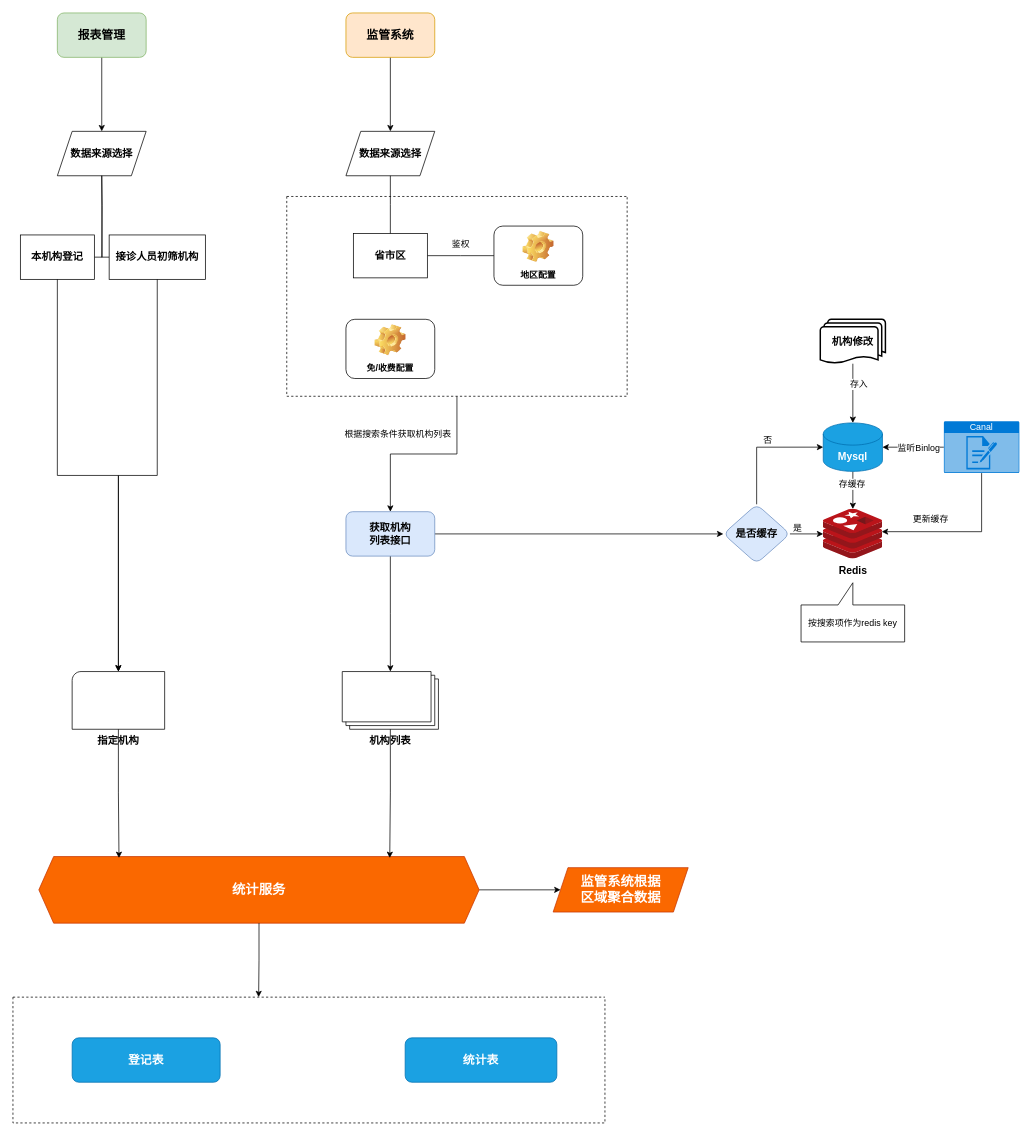
1226151667/draw keeps this draw.io diagram as statistic-upgrade.drawio. Above is the earlier version. Source tidied: cells renumbered, new cells numbered last; positions are measured from the earlier drawing's top-left corner, leaving out a move shared by most shapes. Both pictures are drawn from the tidied source at 74%, with x=0, y=0 at pixel (13, 13).
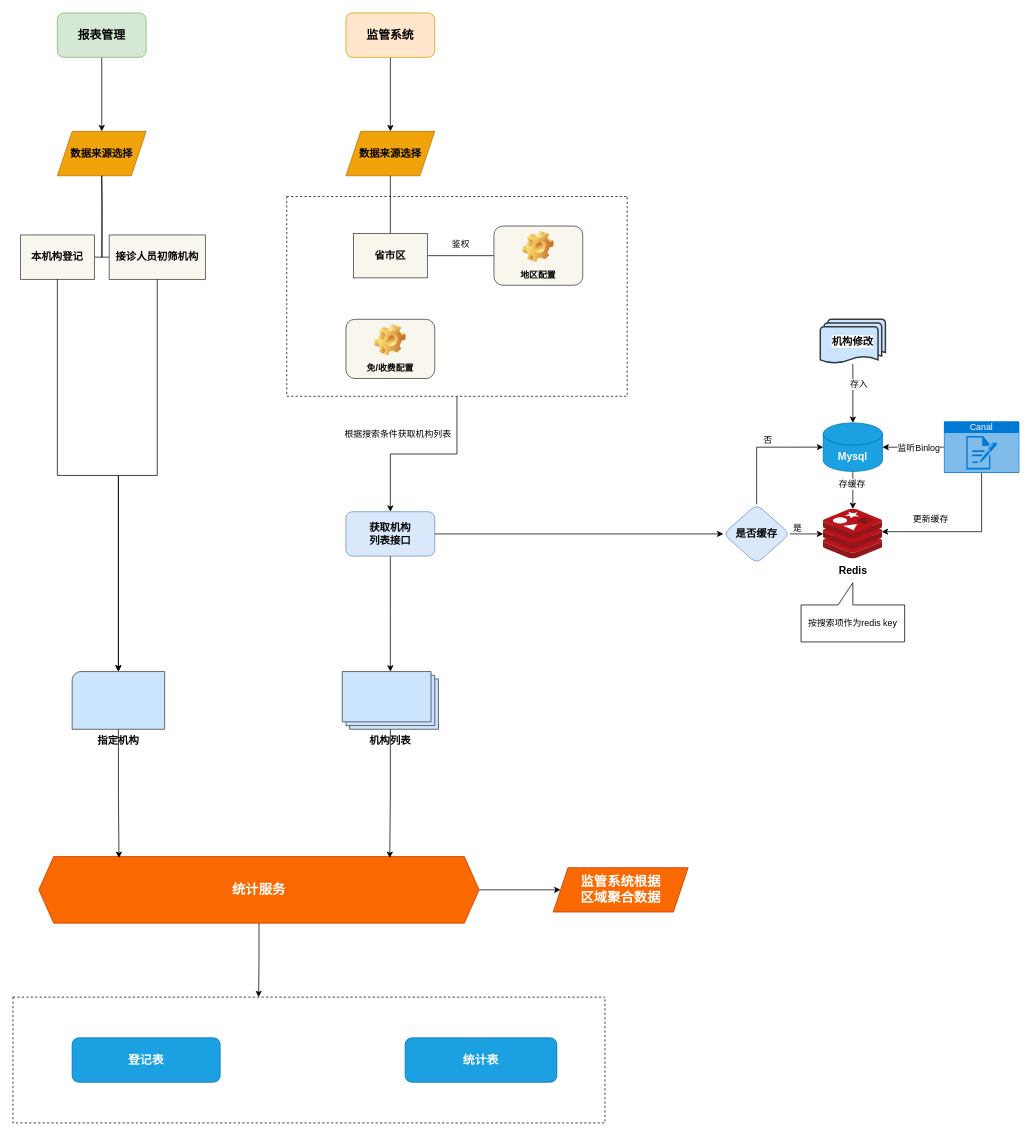
Above is the later version.

Change to the diagram source:
```diff
@@
-    <mxCell id="15" value="机构修改" style="strokeWidth=2;html=1;shape=mxgraph.flowchart.multi-document;whiteSpace=wrap;fontSize=14;fontStyle=1;labelBackgroundColor=default;" parent="1" vertex="1">
+    <mxCell id="15" value="机构修改" style="strokeWidth=2;html=1;shape=mxgraph.flowchart.multi-document;whiteSpace=wrap;fontSize=14;fontStyle=1;labelBackgroundColor=default;fillColor=#cce5ff;strokeColor=#36393d;" parent="1" vertex="1">
       <mxGeometry x="1091" y="414" width="88" height="60" as="geometry" />
     </mxCell>
@@
-    <mxCell id="28" value="机构列表" style="verticalLabelPosition=bottom;verticalAlign=top;html=1;shape=mxgraph.basic.layered_rect;dx=10;outlineConnect=0;whiteSpace=wrap;fontSize=14;fontStyle=1;" parent="1" vertex="1">
+    <mxCell id="28" value="机构列表" style="verticalLabelPosition=bottom;verticalAlign=top;html=1;shape=mxgraph.basic.layered_rect;dx=10;outlineConnect=0;whiteSpace=wrap;fontSize=14;fontStyle=1;fillColor=#cce5ff;strokeColor=#36393d;" parent="1" vertex="1">
       <mxGeometry x="445" y="890" width="130" height="78" as="geometry" />
     </mxCell>
-    <mxCell id="29" value="数据来源选择" style="shape=parallelogram;perimeter=parallelogramPerimeter;whiteSpace=wrap;html=1;fixedSize=1;fontSize=14;fontStyle=1;" parent="1" vertex="1">
+    <mxCell id="29" value="数据来源选择" style="shape=parallelogram;perimeter=parallelogramPerimeter;whiteSpace=wrap;html=1;fixedSize=1;fontSize=14;fontStyle=1;fillColor=#f0a30a;fontColor=#000000;strokeColor=#BD7000;" parent="1" vertex="1">
       <mxGeometry x="60" y="160" width="120" height="60" as="geometry" />
     </mxCell>
@@
-    <mxCell id="32" value="本机构登记" style="whiteSpace=wrap;html=1;align=center;verticalAlign=middle;fontSize=14;fontStyle=1;" parent="1" vertex="1">
+    <mxCell id="32" value="本机构登记" style="whiteSpace=wrap;html=1;align=center;verticalAlign=middle;fontSize=14;fontStyle=1;fillColor=#f9f7ed;strokeColor=#36393d;" parent="1" vertex="1">
       <mxGeometry x="10" y="300" width="100" height="60" as="geometry" />
     </mxCell>
-    <mxCell id="33" value="接诊人员初筛机构" style="whiteSpace=wrap;html=1;align=center;verticalAlign=middle;fontSize=14;fontStyle=1;" parent="1" vertex="1">
+    <mxCell id="33" value="接诊人员初筛机构" style="whiteSpace=wrap;html=1;align=center;verticalAlign=middle;fontSize=14;fontStyle=1;fillColor=#f9f7ed;strokeColor=#36393d;" parent="1" vertex="1">
       <mxGeometry x="130" y="300" width="130" height="60" as="geometry" />
     </mxCell>
-    <mxCell id="34" value="数据来源选择" style="shape=parallelogram;perimeter=parallelogramPerimeter;whiteSpace=wrap;html=1;fixedSize=1;fontSize=14;fontStyle=1;" parent="1" vertex="1">
+    <mxCell id="34" value="数据来源选择" style="shape=parallelogram;perimeter=parallelogramPerimeter;whiteSpace=wrap;html=1;fixedSize=1;fontSize=14;fontStyle=1;fillColor=#f0a30a;fontColor=#000000;strokeColor=#BD7000;" parent="1" vertex="1">
       <mxGeometry x="450" y="160" width="120" height="60" as="geometry" />
     </mxCell>
@@
-    <mxCell id="36" value="省市区" style="whiteSpace=wrap;html=1;align=center;verticalAlign=middle;newEdgeStyle={&quot;edgeStyle&quot;:&quot;elbowEdgeStyle&quot;,&quot;startArrow&quot;:&quot;none&quot;,&quot;endArrow&quot;:&quot;none&quot;};fontSize=14;fontStyle=1;" parent="1" vertex="1">
+    <mxCell id="36" value="省市区" style="whiteSpace=wrap;html=1;align=center;verticalAlign=middle;newEdgeStyle={&quot;edgeStyle&quot;:&quot;elbowEdgeStyle&quot;,&quot;startArrow&quot;:&quot;none&quot;,&quot;endArrow&quot;:&quot;none&quot;};fontSize=14;fontStyle=1;fillColor=#f9f7ed;strokeColor=#36393d;" parent="1" vertex="1">
       <mxGeometry x="460" y="298" width="100" height="60" as="geometry" />
     </mxCell>
@@
-    <mxCell id="38" value="地区配置" style="label;whiteSpace=wrap;html=1;align=center;verticalAlign=bottom;spacingLeft=0;spacingBottom=4;imageAlign=center;imageVerticalAlign=top;image=img/clipart/Gear_128x128.png;" parent="1" vertex="1">
+    <mxCell id="38" value="地区配置" style="label;whiteSpace=wrap;html=1;align=center;verticalAlign=bottom;spacingLeft=0;spacingBottom=4;imageAlign=center;imageVerticalAlign=top;image=img/clipart/Gear_128x128.png;fillColor=#f9f7ed;strokeColor=#36393d;" parent="1" vertex="1">
       <mxGeometry x="650" y="288" width="120" height="80" as="geometry" />
     </mxCell>
@@
-    <mxCell id="40" value="免/收费配置" style="label;whiteSpace=wrap;html=1;align=center;verticalAlign=bottom;spacingLeft=0;spacingBottom=4;imageAlign=center;imageVerticalAlign=top;image=img/clipart/Gear_128x128.png;" parent="1" vertex="1">
+    <mxCell id="40" value="免/收费配置" style="label;whiteSpace=wrap;html=1;align=center;verticalAlign=bottom;spacingLeft=0;spacingBottom=4;imageAlign=center;imageVerticalAlign=top;image=img/clipart/Gear_128x128.png;fillColor=#f9f7ed;strokeColor=#36393d;" parent="1" vertex="1">
       <mxGeometry x="450" y="414" width="120" height="80" as="geometry" />
     </mxCell>
@@
-    <mxCell id="43" value="指定机构" style="verticalLabelPosition=bottom;verticalAlign=top;html=1;shape=mxgraph.basic.corner_round_rect;dx=6;whiteSpace=wrap;fontSize=14;fontStyle=1;" parent="1" vertex="1">
+    <mxCell id="43" value="指定机构" style="verticalLabelPosition=bottom;verticalAlign=top;html=1;shape=mxgraph.basic.corner_round_rect;dx=6;whiteSpace=wrap;fontSize=14;fontStyle=1;fillColor=#cce5ff;strokeColor=#36393d;" parent="1" vertex="1">
       <mxGeometry x="80" y="890" width="125" height="78" as="geometry" />
     </mxCell>
```
